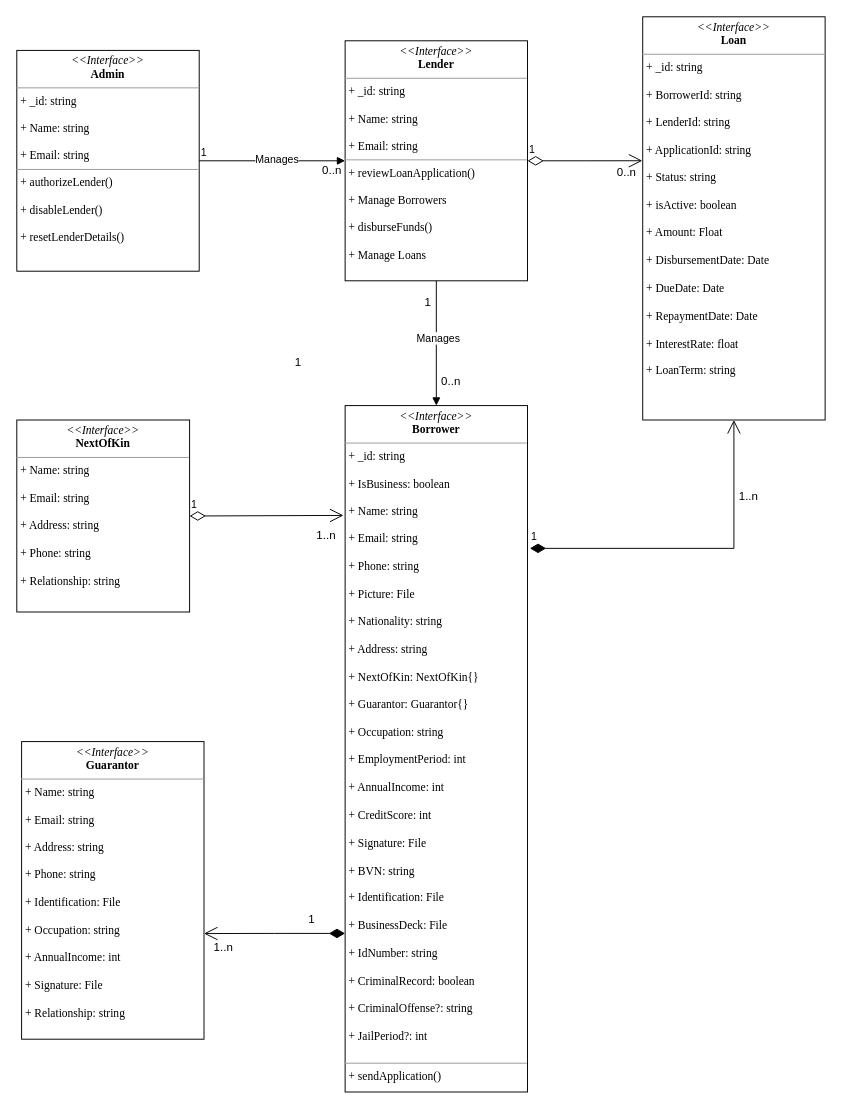
The draw.io diagram src/loan-class.drawio in miriam-samuels/loan-management, before the edit. Source tidied: cells renumbered, new cells numbered last; positions are measured from the earlier drawing's top-left corner, leaving out a move shared by most shapes. Both pictures are drawn from the tidied source at 96%, with x=0, y=0 at pixel (16, 16).
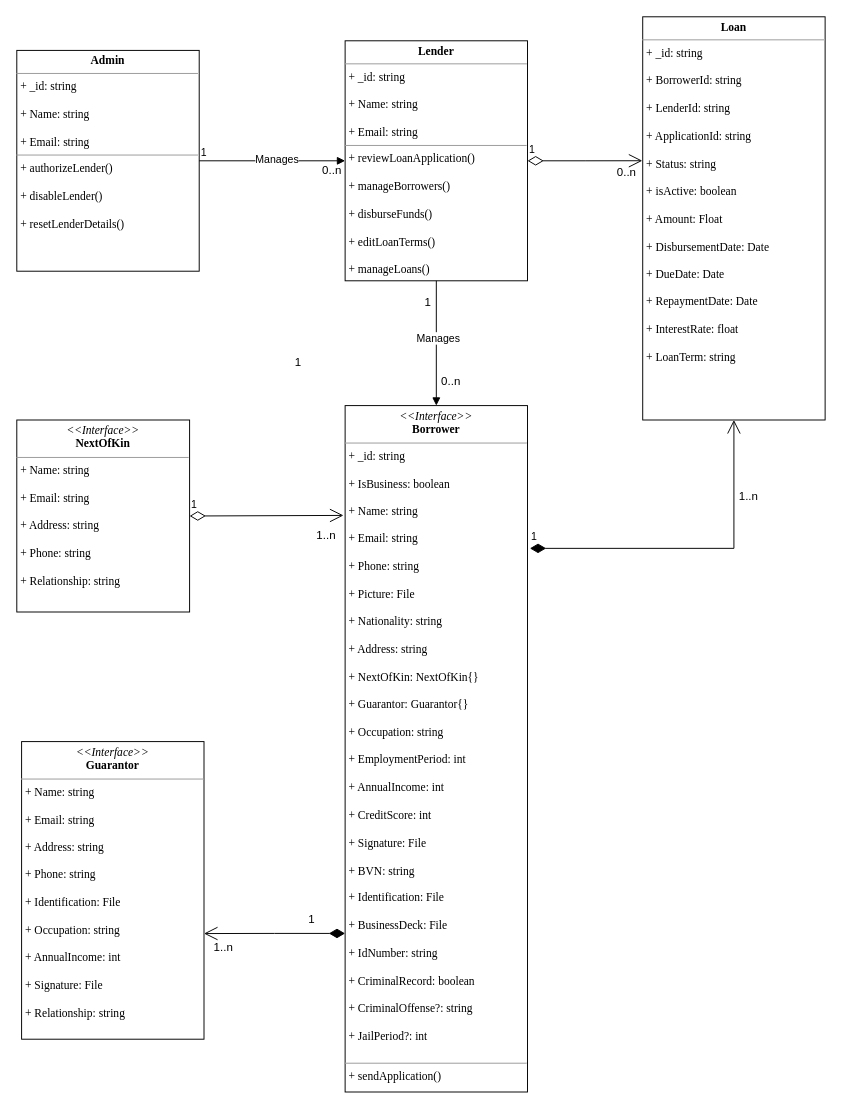
The same page after the edit.

Diff of the diagram source:
```diff
@@
-    <mxCell id="2" value="&lt;p style=&quot;margin:0px;margin-top:4px;text-align:center;&quot;&gt;&lt;font face=&quot;Times New Roman&quot;&gt;&lt;i&gt;&amp;lt;&amp;lt;Interface&amp;gt;&amp;gt;&lt;/i&gt;&lt;br&gt;&lt;b&gt;Lender&lt;/b&gt;&lt;/font&gt;&lt;/p&gt;&lt;hr size=&quot;1&quot;&gt;&lt;p style=&quot;margin:0px;margin-left:4px;&quot;&gt;&lt;font face=&quot;Times New Roman&quot;&gt;+ _id: string&lt;/font&gt;&lt;/p&gt;&lt;p style=&quot;margin:0px;margin-left:4px;&quot;&gt;&lt;font face=&quot;Times New Roman&quot;&gt;&lt;br&gt;+ Name: string&lt;/font&gt;&lt;/p&gt;&lt;p style=&quot;margin:0px;margin-left:4px;&quot;&gt;&lt;font face=&quot;Times New Roman&quot;&gt;&lt;br&gt;&lt;/font&gt;&lt;/p&gt;&lt;p style=&quot;margin:0px;margin-left:4px;&quot;&gt;&lt;font face=&quot;Times New Roman&quot;&gt;+ Email: string&lt;/font&gt;&lt;/p&gt;&lt;hr size=&quot;1&quot;&gt;&lt;p style=&quot;margin:0px;margin-left:4px;&quot;&gt;&lt;font face=&quot;Times New Roman&quot;&gt;+ reviewLoanApplication()&lt;/font&gt;&lt;/p&gt;&lt;p style=&quot;margin:0px;margin-left:4px;&quot;&gt;&lt;font face=&quot;Times New Roman&quot;&gt;&lt;br&gt;&lt;/font&gt;&lt;/p&gt;&lt;p style=&quot;margin:0px;margin-left:4px;&quot;&gt;&lt;font face=&quot;Times New Roman&quot;&gt;+ Manage Borrowers&lt;/font&gt;&lt;/p&gt;&lt;p style=&quot;margin:0px;margin-left:4px;&quot;&gt;&lt;font face=&quot;Times New Roman&quot;&gt;&lt;br&gt;&lt;/font&gt;&lt;/p&gt;&lt;p style=&quot;margin:0px;margin-left:4px;&quot;&gt;&lt;font face=&quot;Times New Roman&quot;&gt;+ disburseFunds()&lt;/font&gt;&lt;/p&gt;&lt;p style=&quot;margin:0px;margin-left:4px;&quot;&gt;&lt;font face=&quot;Times New Roman&quot;&gt;&lt;br&gt;&lt;/font&gt;&lt;/p&gt;&lt;p style=&quot;margin:0px;margin-left:4px;&quot;&gt;&lt;font face=&quot;Times New Roman&quot;&gt;+ Manage Loans&lt;/font&gt;&lt;/p&gt;&lt;p style=&quot;margin:0px;margin-left:4px;&quot;&gt;&lt;br&gt;&lt;/p&gt;" style="verticalAlign=top;align=left;overflow=fill;fontSize=12;fontFamily=Helvetica;html=1;whiteSpace=wrap;" parent="1" vertex="1">
+    <mxCell id="2" value="&lt;p style=&quot;margin:0px;margin-top:4px;text-align:center;&quot;&gt;&lt;font face=&quot;Times New Roman&quot;&gt;&lt;b&gt;Lender&lt;/b&gt;&lt;/font&gt;&lt;/p&gt;&lt;hr size=&quot;1&quot;&gt;&lt;p style=&quot;margin:0px;margin-left:4px;&quot;&gt;&lt;font face=&quot;Times New Roman&quot;&gt;+ _id: string&lt;/font&gt;&lt;/p&gt;&lt;p style=&quot;margin:0px;margin-left:4px;&quot;&gt;&lt;font face=&quot;Times New Roman&quot;&gt;&lt;br&gt;+ Name: string&lt;/font&gt;&lt;/p&gt;&lt;p style=&quot;margin:0px;margin-left:4px;&quot;&gt;&lt;font face=&quot;Times New Roman&quot;&gt;&lt;br&gt;&lt;/font&gt;&lt;/p&gt;&lt;p style=&quot;margin:0px;margin-left:4px;&quot;&gt;&lt;font face=&quot;Times New Roman&quot;&gt;+ Email: string&lt;/font&gt;&lt;/p&gt;&lt;hr size=&quot;1&quot;&gt;&lt;p style=&quot;margin:0px;margin-left:4px;&quot;&gt;&lt;font face=&quot;Times New Roman&quot;&gt;+ reviewLoanApplication()&lt;/font&gt;&lt;/p&gt;&lt;p style=&quot;margin:0px;margin-left:4px;&quot;&gt;&lt;font face=&quot;Times New Roman&quot;&gt;&lt;br&gt;&lt;/font&gt;&lt;/p&gt;&lt;p style=&quot;margin:0px;margin-left:4px;&quot;&gt;&lt;font face=&quot;Times New Roman&quot;&gt;+ manageBorrowers()&lt;/font&gt;&lt;/p&gt;&lt;p style=&quot;margin:0px;margin-left:4px;&quot;&gt;&lt;font face=&quot;Times New Roman&quot;&gt;&lt;br&gt;&lt;/font&gt;&lt;/p&gt;&lt;p style=&quot;margin:0px;margin-left:4px;&quot;&gt;&lt;font face=&quot;Times New Roman&quot;&gt;+ disburseFunds()&lt;/font&gt;&lt;/p&gt;&lt;p style=&quot;margin:0px;margin-left:4px;&quot;&gt;&lt;font face=&quot;Times New Roman&quot;&gt;&lt;br&gt;&lt;/font&gt;&lt;/p&gt;&lt;p style=&quot;margin:0px;margin-left:4px;&quot;&gt;&lt;font face=&quot;Times New Roman&quot;&gt;+ editLoanTerms()&lt;/font&gt;&lt;/p&gt;&lt;p style=&quot;margin:0px;margin-left:4px;&quot;&gt;&lt;font face=&quot;Times New Roman&quot;&gt;&lt;br&gt;&lt;/font&gt;&lt;/p&gt;&lt;p style=&quot;margin:0px;margin-left:4px;&quot;&gt;&lt;font face=&quot;Times New Roman&quot;&gt;+ manageLoans()&lt;/font&gt;&lt;/p&gt;" style="verticalAlign=top;align=left;overflow=fill;fontSize=12;fontFamily=Helvetica;html=1;whiteSpace=wrap;" parent="1" vertex="1">
       <mxGeometry x="342" y="25" width="190" height="250" as="geometry" />
     </mxCell>
@@
-    <mxCell id="4" value="&lt;p style=&quot;margin:0px;margin-top:4px;text-align:center;&quot;&gt;&lt;font face=&quot;Times New Roman&quot;&gt;&lt;i&gt;&amp;lt;&amp;lt;Interface&amp;gt;&amp;gt;&lt;/i&gt;&lt;br&gt;&lt;b&gt;Admin&lt;/b&gt;&lt;/font&gt;&lt;/p&gt;&lt;hr size=&quot;1&quot;&gt;&lt;p style=&quot;margin:0px;margin-left:4px;&quot;&gt;&lt;font face=&quot;Times New Roman&quot;&gt;+ _id: string&lt;/font&gt;&lt;/p&gt;&lt;p style=&quot;margin:0px;margin-left:4px;&quot;&gt;&lt;font face=&quot;Times New Roman&quot;&gt;&lt;br&gt;+ Name: string&lt;/font&gt;&lt;/p&gt;&lt;p style=&quot;margin:0px;margin-left:4px;&quot;&gt;&lt;font face=&quot;Times New Roman&quot;&gt;&lt;br&gt;&lt;/font&gt;&lt;/p&gt;&lt;p style=&quot;margin:0px;margin-left:4px;&quot;&gt;&lt;font face=&quot;Times New Roman&quot;&gt;+ Email: string&lt;/font&gt;&lt;/p&gt;&lt;hr size=&quot;1&quot;&gt;&lt;p style=&quot;margin:0px;margin-left:4px;&quot;&gt;&lt;font face=&quot;Times New Roman&quot;&gt;+ authorizeLender()&lt;/font&gt;&lt;/p&gt;&lt;p style=&quot;margin:0px;margin-left:4px;&quot;&gt;&lt;font face=&quot;Times New Roman&quot;&gt;&lt;br&gt;&lt;/font&gt;&lt;/p&gt;&lt;p style=&quot;margin:0px;margin-left:4px;&quot;&gt;&lt;font face=&quot;Times New Roman&quot;&gt;+ disableLender()&lt;/font&gt;&lt;/p&gt;&lt;p style=&quot;margin:0px;margin-left:4px;&quot;&gt;&lt;font face=&quot;Times New Roman&quot;&gt;&lt;br&gt;&lt;/font&gt;&lt;/p&gt;&lt;p style=&quot;margin:0px;margin-left:4px;&quot;&gt;&lt;font face=&quot;Times New Roman&quot;&gt;+ resetLenderDetails()&lt;/font&gt;&lt;/p&gt;&lt;p style=&quot;margin:0px;margin-left:4px;&quot;&gt;&lt;br&gt;&lt;/p&gt;" style="verticalAlign=top;align=left;overflow=fill;fontSize=12;fontFamily=Helvetica;html=1;whiteSpace=wrap;" parent="1" vertex="1">
+    <mxCell id="4" value="&lt;p style=&quot;margin:0px;margin-top:4px;text-align:center;&quot;&gt;&lt;font face=&quot;Times New Roman&quot;&gt;&lt;b&gt;Admin&lt;/b&gt;&lt;/font&gt;&lt;/p&gt;&lt;hr size=&quot;1&quot;&gt;&lt;p style=&quot;margin:0px;margin-left:4px;&quot;&gt;&lt;font face=&quot;Times New Roman&quot;&gt;+ _id: string&lt;/font&gt;&lt;/p&gt;&lt;p style=&quot;margin:0px;margin-left:4px;&quot;&gt;&lt;font face=&quot;Times New Roman&quot;&gt;&lt;br&gt;+ Name: string&lt;/font&gt;&lt;/p&gt;&lt;p style=&quot;margin:0px;margin-left:4px;&quot;&gt;&lt;font face=&quot;Times New Roman&quot;&gt;&lt;br&gt;&lt;/font&gt;&lt;/p&gt;&lt;p style=&quot;margin:0px;margin-left:4px;&quot;&gt;&lt;font face=&quot;Times New Roman&quot;&gt;+ Email: string&lt;/font&gt;&lt;/p&gt;&lt;hr size=&quot;1&quot;&gt;&lt;p style=&quot;margin:0px;margin-left:4px;&quot;&gt;&lt;font face=&quot;Times New Roman&quot;&gt;+ authorizeLender()&lt;/font&gt;&lt;/p&gt;&lt;p style=&quot;margin:0px;margin-left:4px;&quot;&gt;&lt;font face=&quot;Times New Roman&quot;&gt;&lt;br&gt;&lt;/font&gt;&lt;/p&gt;&lt;p style=&quot;margin:0px;margin-left:4px;&quot;&gt;&lt;font face=&quot;Times New Roman&quot;&gt;+ disableLender()&lt;/font&gt;&lt;/p&gt;&lt;p style=&quot;margin:0px;margin-left:4px;&quot;&gt;&lt;font face=&quot;Times New Roman&quot;&gt;&lt;br&gt;&lt;/font&gt;&lt;/p&gt;&lt;p style=&quot;margin:0px;margin-left:4px;&quot;&gt;&lt;font face=&quot;Times New Roman&quot;&gt;+ resetLenderDetails()&lt;/font&gt;&lt;/p&gt;&lt;p style=&quot;margin:0px;margin-left:4px;&quot;&gt;&lt;br&gt;&lt;/p&gt;" style="verticalAlign=top;align=left;overflow=fill;fontSize=12;fontFamily=Helvetica;html=1;whiteSpace=wrap;" parent="1" vertex="1">
       <mxGeometry y="35" width="190" height="230" as="geometry" />
     </mxCell>
-    <mxCell id="5" value="&lt;p style=&quot;margin:0px;margin-top:4px;text-align:center;&quot;&gt;&lt;font face=&quot;Times New Roman&quot;&gt;&lt;i&gt;&amp;lt;&amp;lt;Interface&amp;gt;&amp;gt;&lt;/i&gt;&lt;br&gt;&lt;b&gt;Loan&lt;/b&gt;&lt;/font&gt;&lt;/p&gt;&lt;hr size=&quot;1&quot;&gt;&lt;p style=&quot;margin:0px;margin-left:4px;&quot;&gt;&lt;font face=&quot;Times New Roman&quot;&gt;+ _id: string&lt;/font&gt;&lt;/p&gt;&lt;p style=&quot;margin:0px;margin-left:4px;&quot;&gt;&lt;font face=&quot;Times New Roman&quot;&gt;&lt;br&gt;+ BorrowerId: string&lt;/font&gt;&lt;/p&gt;&lt;p style=&quot;margin:0px;margin-left:4px;&quot;&gt;&lt;font face=&quot;Times New Roman&quot;&gt;&lt;br&gt;&lt;/font&gt;&lt;/p&gt;&lt;p style=&quot;margin:0px;margin-left:4px;&quot;&gt;&lt;font face=&quot;Times New Roman&quot;&gt;+ LenderId: string&lt;/font&gt;&lt;/p&gt;&lt;p style=&quot;margin:0px;margin-left:4px;&quot;&gt;&lt;font face=&quot;Times New Roman&quot;&gt;&lt;br&gt;&lt;/font&gt;&lt;/p&gt;&lt;p style=&quot;margin:0px;margin-left:4px;&quot;&gt;&lt;font face=&quot;Times New Roman&quot;&gt;+ ApplicationId: string&lt;/font&gt;&lt;/p&gt;&lt;p style=&quot;margin:0px;margin-left:4px;&quot;&gt;&lt;font face=&quot;Times New Roman&quot;&gt;&lt;br&gt;&lt;/font&gt;&lt;/p&gt;&lt;p style=&quot;margin:0px;margin-left:4px;&quot;&gt;&lt;font face=&quot;Times New Roman&quot;&gt;+ Status: string&lt;/font&gt;&lt;/p&gt;&lt;p style=&quot;margin:0px;margin-left:4px;&quot;&gt;&lt;font face=&quot;Times New Roman&quot;&gt;&lt;br&gt;&lt;/font&gt;&lt;/p&gt;&lt;p style=&quot;margin:0px;margin-left:4px;&quot;&gt;&lt;font face=&quot;Times New Roman&quot;&gt;+ isActive: boolean&lt;/font&gt;&lt;/p&gt;&lt;p style=&quot;margin:0px;margin-left:4px;&quot;&gt;&lt;font face=&quot;Times New Roman&quot;&gt;&lt;br&gt;&lt;/font&gt;&lt;/p&gt;&lt;p style=&quot;margin:0px;margin-left:4px;&quot;&gt;&lt;font face=&quot;Times New Roman&quot;&gt;+ Amount: Float&lt;/font&gt;&lt;/p&gt;&lt;p style=&quot;margin:0px;margin-left:4px;&quot;&gt;&lt;font face=&quot;Times New Roman&quot;&gt;&lt;br&gt;&lt;/font&gt;&lt;/p&gt;&lt;p style=&quot;margin:0px;margin-left:4px;&quot;&gt;&lt;font face=&quot;Times New Roman&quot;&gt;+ DisbursementDate: Date&lt;/font&gt;&lt;/p&gt;&lt;p style=&quot;margin:0px;margin-left:4px;&quot;&gt;&lt;font face=&quot;Times New Roman&quot;&gt;&lt;br&gt;&lt;/font&gt;&lt;/p&gt;&lt;p style=&quot;margin:0px;margin-left:4px;&quot;&gt;&lt;font face=&quot;Times New Roman&quot;&gt;+ DueDate: Date&lt;/font&gt;&lt;/p&gt;&lt;p style=&quot;margin:0px;margin-left:4px;&quot;&gt;&lt;font face=&quot;Times New Roman&quot;&gt;&lt;br&gt;&lt;/font&gt;&lt;/p&gt;&lt;p style=&quot;margin:0px;margin-left:4px;&quot;&gt;&lt;font face=&quot;Times New Roman&quot;&gt;+ RepaymentDate: Date&lt;/font&gt;&lt;/p&gt;&lt;p style=&quot;margin:0px;margin-left:4px;&quot;&gt;&lt;font face=&quot;Times New Roman&quot;&gt;&lt;br&gt;&lt;/font&gt;&lt;/p&gt;&lt;p style=&quot;margin:0px;margin-left:4px;&quot;&gt;&lt;font face=&quot;Times New Roman&quot;&gt;+ InterestRate: float&lt;/font&gt;&lt;/p&gt;&lt;p style=&quot;margin:0px;margin-left:4px;&quot;&gt;&lt;font face=&quot;Times New Roman&quot;&gt;&lt;br&gt;&lt;/font&gt;&lt;/p&gt;&lt;p style=&quot;margin:0px;margin-left:4px;&quot;&gt;&lt;font face=&quot;Times New Roman&quot;&gt;+ LoanTerm: string&lt;/font&gt;&lt;/p&gt;&lt;p style=&quot;margin:0px;margin-left:4px;&quot;&gt;&lt;font face=&quot;Times New Roman&quot;&gt;&lt;br&gt;&lt;/font&gt;&lt;/p&gt;&lt;p style=&quot;margin:0px;margin-left:4px;&quot;&gt;&lt;br&gt;&lt;/p&gt;" style="verticalAlign=top;align=left;overflow=fill;fontSize=12;fontFamily=Helvetica;html=1;whiteSpace=wrap;" parent="1" vertex="1">
+    <mxCell id="5" value="&lt;p style=&quot;margin:0px;margin-top:4px;text-align:center;&quot;&gt;&lt;font face=&quot;Times New Roman&quot;&gt;&lt;b&gt;Loan&lt;/b&gt;&lt;/font&gt;&lt;/p&gt;&lt;hr size=&quot;1&quot;&gt;&lt;p style=&quot;margin:0px;margin-left:4px;&quot;&gt;&lt;font face=&quot;Times New Roman&quot;&gt;+ _id: string&lt;/font&gt;&lt;/p&gt;&lt;p style=&quot;margin:0px;margin-left:4px;&quot;&gt;&lt;font face=&quot;Times New Roman&quot;&gt;&lt;br&gt;+ BorrowerId: string&lt;/font&gt;&lt;/p&gt;&lt;p style=&quot;margin:0px;margin-left:4px;&quot;&gt;&lt;font face=&quot;Times New Roman&quot;&gt;&lt;br&gt;&lt;/font&gt;&lt;/p&gt;&lt;p style=&quot;margin:0px;margin-left:4px;&quot;&gt;&lt;font face=&quot;Times New Roman&quot;&gt;+ LenderId: string&lt;/font&gt;&lt;/p&gt;&lt;p style=&quot;margin:0px;margin-left:4px;&quot;&gt;&lt;font face=&quot;Times New Roman&quot;&gt;&lt;br&gt;&lt;/font&gt;&lt;/p&gt;&lt;p style=&quot;margin:0px;margin-left:4px;&quot;&gt;&lt;font face=&quot;Times New Roman&quot;&gt;+ ApplicationId: string&lt;/font&gt;&lt;/p&gt;&lt;p style=&quot;margin:0px;margin-left:4px;&quot;&gt;&lt;font face=&quot;Times New Roman&quot;&gt;&lt;br&gt;&lt;/font&gt;&lt;/p&gt;&lt;p style=&quot;margin:0px;margin-left:4px;&quot;&gt;&lt;font face=&quot;Times New Roman&quot;&gt;+ Status: string&lt;/font&gt;&lt;/p&gt;&lt;p style=&quot;margin:0px;margin-left:4px;&quot;&gt;&lt;font face=&quot;Times New Roman&quot;&gt;&lt;br&gt;&lt;/font&gt;&lt;/p&gt;&lt;p style=&quot;margin:0px;margin-left:4px;&quot;&gt;&lt;font face=&quot;Times New Roman&quot;&gt;+ isActive: boolean&lt;/font&gt;&lt;/p&gt;&lt;p style=&quot;margin:0px;margin-left:4px;&quot;&gt;&lt;font face=&quot;Times New Roman&quot;&gt;&lt;br&gt;&lt;/font&gt;&lt;/p&gt;&lt;p style=&quot;margin:0px;margin-left:4px;&quot;&gt;&lt;font face=&quot;Times New Roman&quot;&gt;+ Amount: Float&lt;/font&gt;&lt;/p&gt;&lt;p style=&quot;margin:0px;margin-left:4px;&quot;&gt;&lt;font face=&quot;Times New Roman&quot;&gt;&lt;br&gt;&lt;/font&gt;&lt;/p&gt;&lt;p style=&quot;margin:0px;margin-left:4px;&quot;&gt;&lt;font face=&quot;Times New Roman&quot;&gt;+ DisbursementDate: Date&lt;/font&gt;&lt;/p&gt;&lt;p style=&quot;margin:0px;margin-left:4px;&quot;&gt;&lt;font face=&quot;Times New Roman&quot;&gt;&lt;br&gt;&lt;/font&gt;&lt;/p&gt;&lt;p style=&quot;margin:0px;margin-left:4px;&quot;&gt;&lt;font face=&quot;Times New Roman&quot;&gt;+ DueDate: Date&lt;/font&gt;&lt;/p&gt;&lt;p style=&quot;margin:0px;margin-left:4px;&quot;&gt;&lt;font face=&quot;Times New Roman&quot;&gt;&lt;br&gt;&lt;/font&gt;&lt;/p&gt;&lt;p style=&quot;margin:0px;margin-left:4px;&quot;&gt;&lt;font face=&quot;Times New Roman&quot;&gt;+ RepaymentDate: Date&lt;/font&gt;&lt;/p&gt;&lt;p style=&quot;margin:0px;margin-left:4px;&quot;&gt;&lt;font face=&quot;Times New Roman&quot;&gt;&lt;br&gt;&lt;/font&gt;&lt;/p&gt;&lt;p style=&quot;margin:0px;margin-left:4px;&quot;&gt;&lt;font face=&quot;Times New Roman&quot;&gt;+ InterestRate: float&lt;/font&gt;&lt;/p&gt;&lt;p style=&quot;margin:0px;margin-left:4px;&quot;&gt;&lt;font face=&quot;Times New Roman&quot;&gt;&lt;br&gt;&lt;/font&gt;&lt;/p&gt;&lt;p style=&quot;margin:0px;margin-left:4px;&quot;&gt;&lt;font face=&quot;Times New Roman&quot;&gt;+ LoanTerm: string&lt;/font&gt;&lt;/p&gt;&lt;p style=&quot;margin:0px;margin-left:4px;&quot;&gt;&lt;font face=&quot;Times New Roman&quot;&gt;&lt;br&gt;&lt;/font&gt;&lt;/p&gt;&lt;p style=&quot;margin:0px;margin-left:4px;&quot;&gt;&lt;br&gt;&lt;/p&gt;" style="verticalAlign=top;align=left;overflow=fill;fontSize=12;fontFamily=Helvetica;html=1;whiteSpace=wrap;" parent="1" vertex="1">
       <mxGeometry x="652" width="190" height="420" as="geometry" />
     </mxCell>
```
